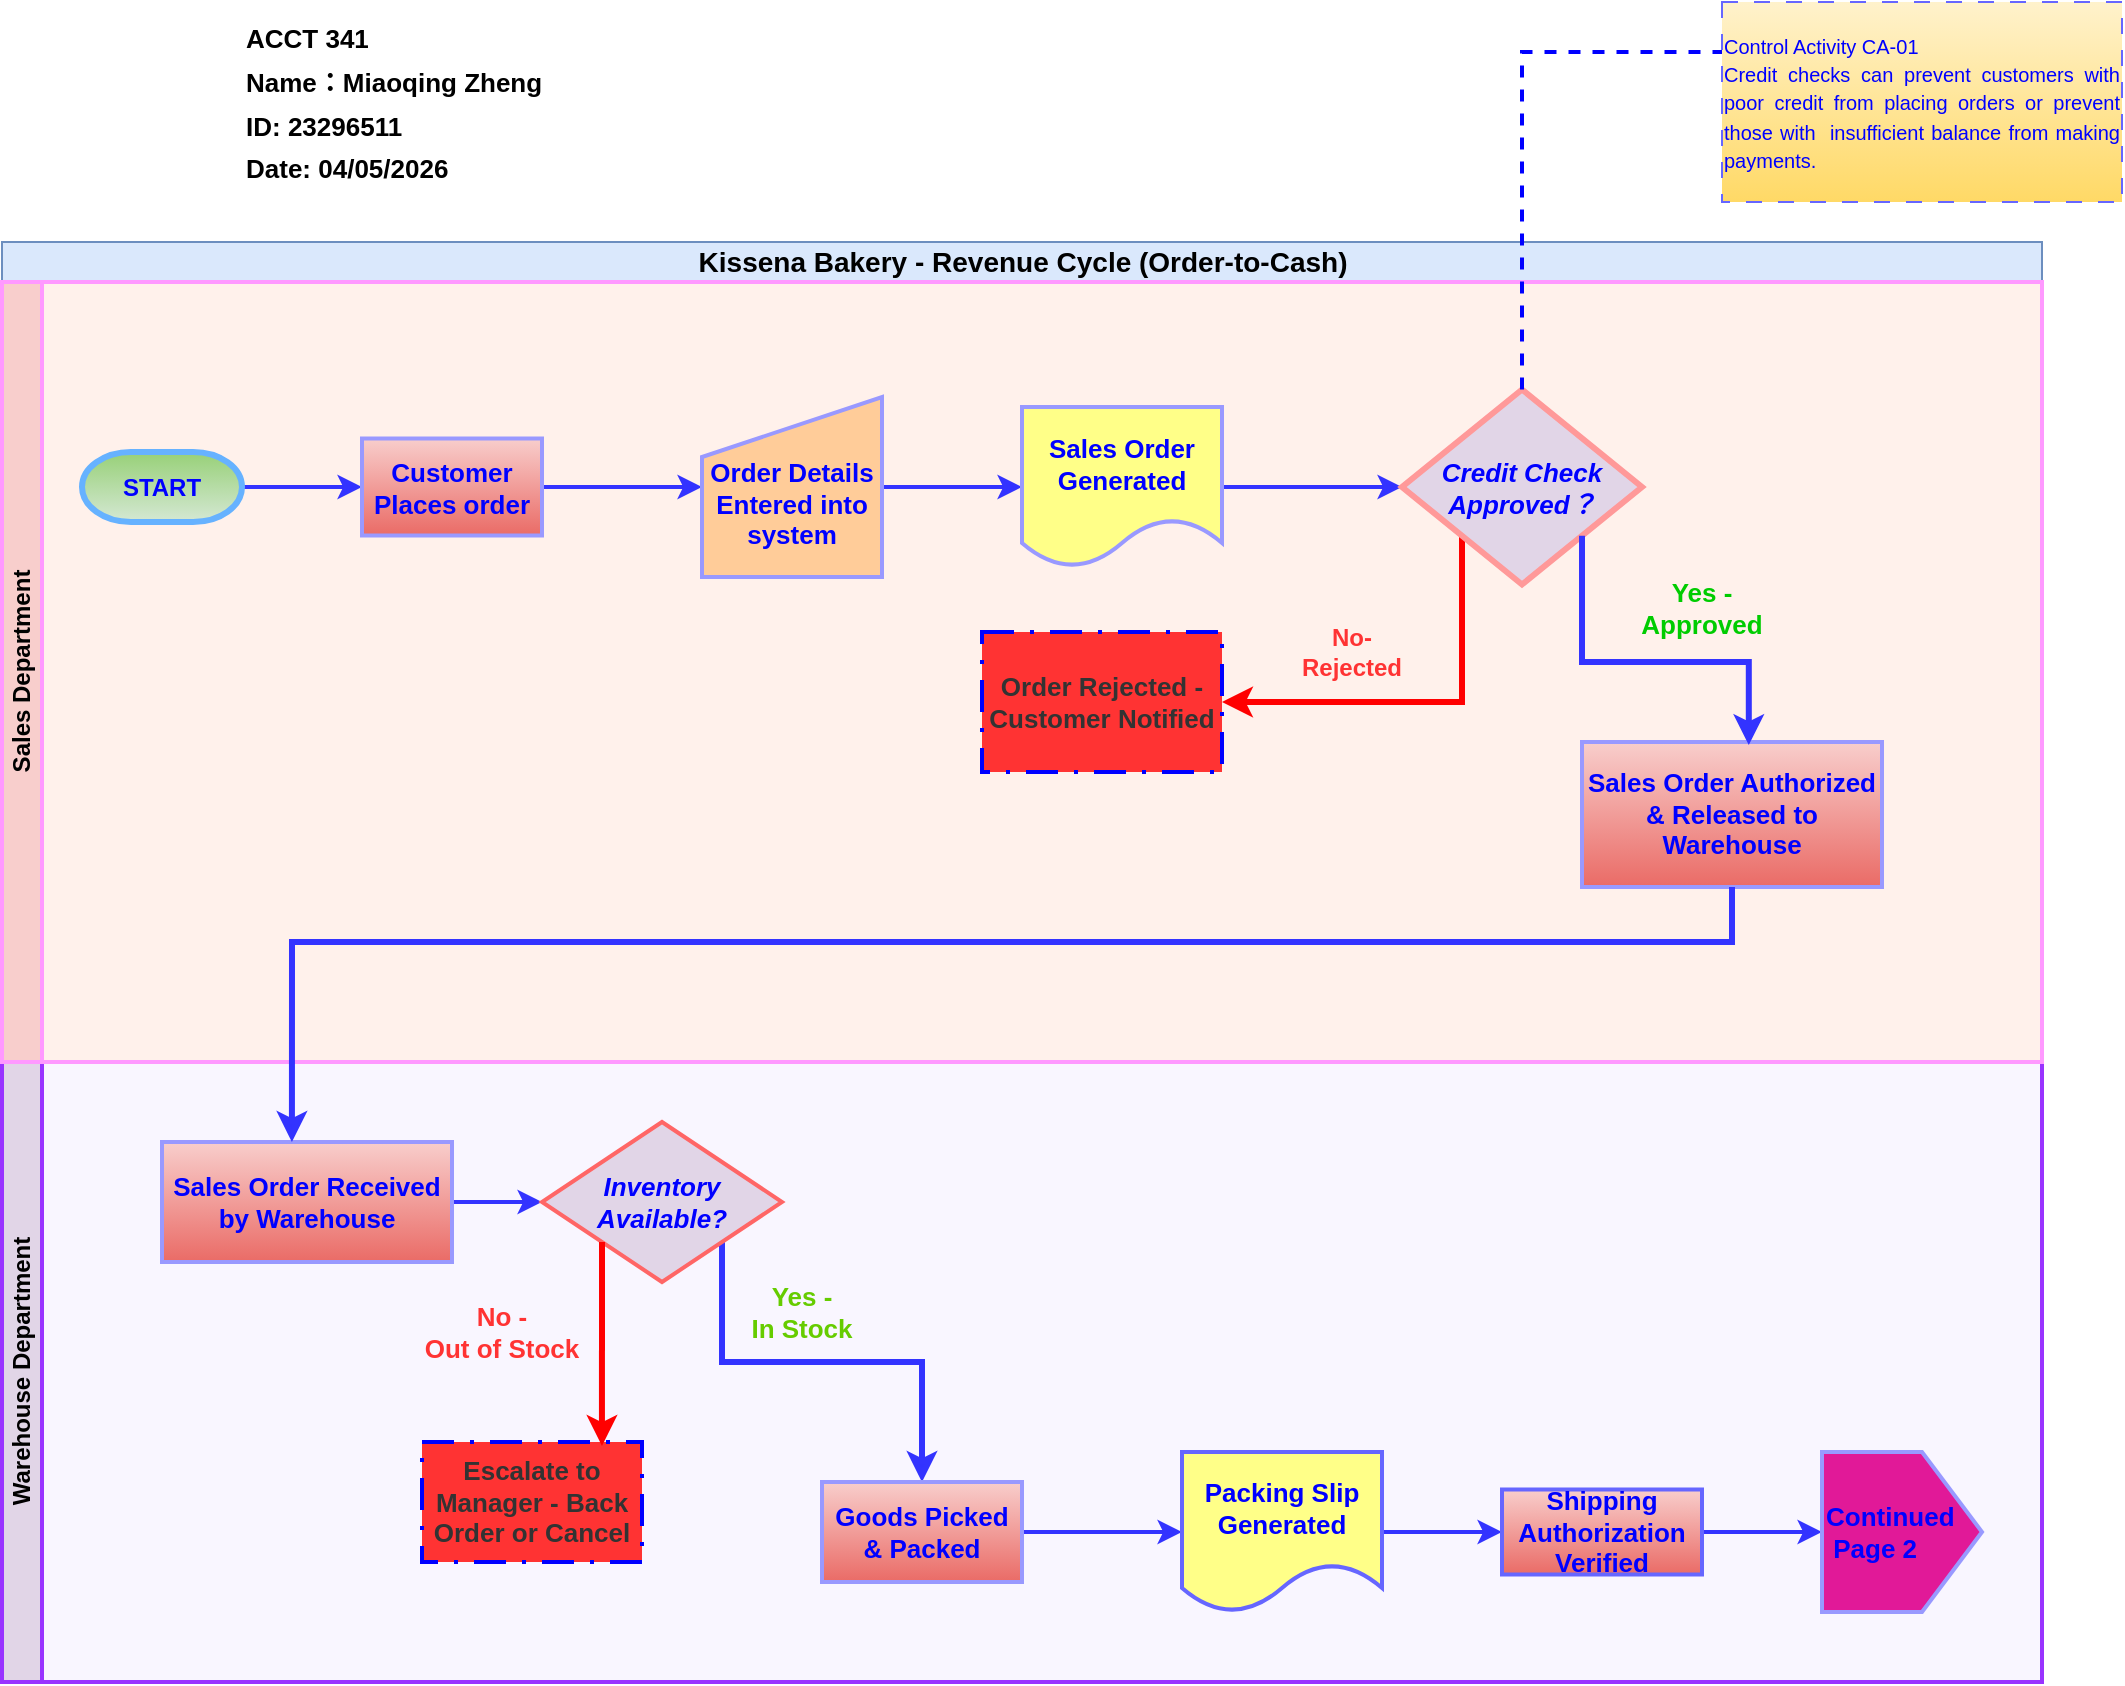
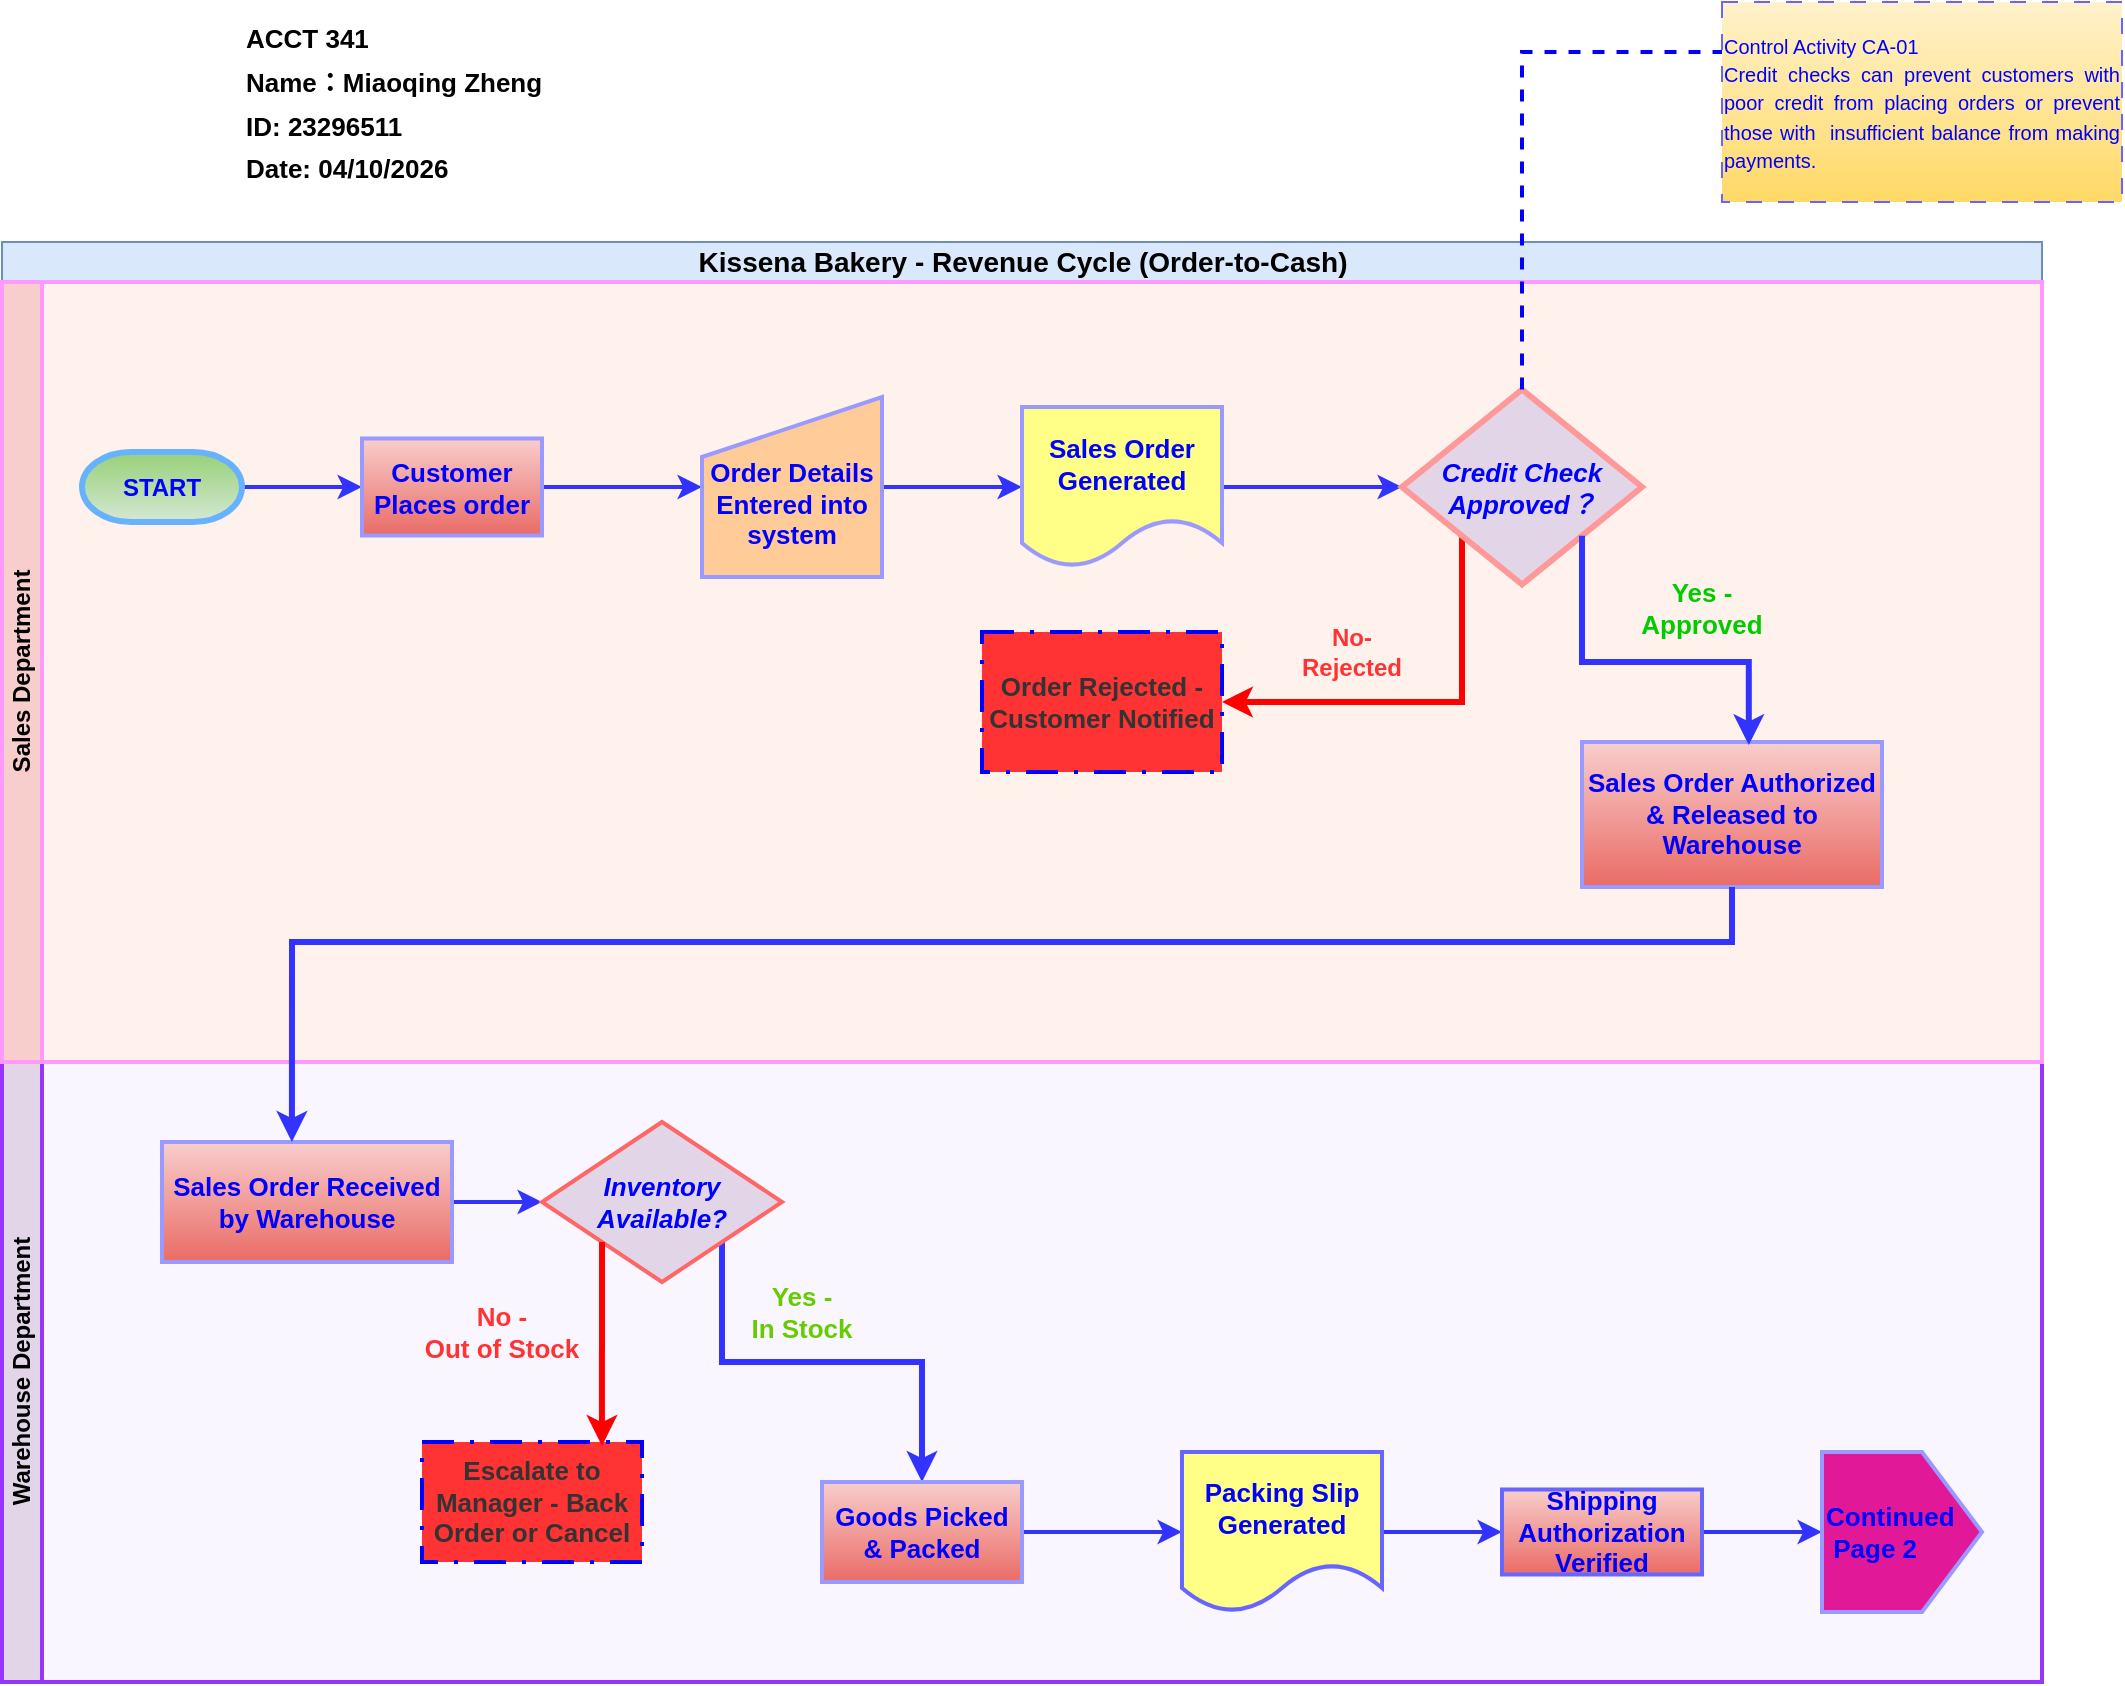
<mxfile host="app.diagrams.net" agent="Mozilla/5.0 (Windows NT 10.0; Win64; x64) AppleWebKit/537.36 (KHTML, like Gecko) Chrome/146.0.0.0 Safari/537.36" pages="2">
  <diagram name="Page 1" id="klMabU_GDppZGB9yFFRy">
    <mxGraphModel dx="1265" dy="860" grid="1" gridSize="10" guides="1" tooltips="1" connect="1" arrows="1" fold="1" page="1" pageScale="1" pageWidth="1100" pageHeight="850" math="0" shadow="0">
      <root>
        <mxCell id="0" />
        <mxCell id="1" parent="0" />
        <mxCell id="0vQu63eh7_hz7IOFjZfk-1" parent="1" style="swimlane;childLayout=stackLayout;resizeParent=1;resizeParentMax=0;horizontal=1;startSize=20;horizontalStack=0;html=1;fillColor=#dae8fc;strokeColor=#6c8ebf;" value="&lt;div style=&quot;text-align: start;&quot;&gt;&lt;font style=&quot;font-size: 14px;&quot;&gt;Kissena Bakery - Revenue Cycle (Order-to-Cash)&lt;/font&gt;&lt;/div&gt;" vertex="1">
          <mxGeometry height="20" width="1020" x="40" y="130" as="geometry" />
        </mxCell>
-         <mxCell id="0YdZOAwKbOOHbmaocjk8-1" parent="1" style="text;html=1;whiteSpace=wrap;strokeColor=none;fillColor=none;align=left;verticalAlign=middle;rounded=0;fontSize=18;fontStyle=1" value="&lt;div&gt;&lt;font style=&quot;font-size: 13px;&quot;&gt;ACCT 341&lt;/font&gt;&lt;/div&gt;&lt;font style=&quot;font-size: 13px;&quot;&gt;Name：Miaoqing Zheng&lt;/font&gt;&lt;div&gt;&lt;font style=&quot;font-size: 13px;&quot;&gt;ID: 23296511&lt;/font&gt;&lt;/div&gt;&lt;div&gt;&lt;font style=&quot;font-size: 13px;&quot;&gt;Date: 04/05/2026&lt;/font&gt;&lt;/div&gt;" vertex="1">
+         <mxCell id="0YdZOAwKbOOHbmaocjk8-1" parent="1" style="text;html=1;whiteSpace=wrap;strokeColor=none;fillColor=none;align=left;verticalAlign=middle;rounded=0;fontSize=18;fontStyle=1" value="&lt;div&gt;&lt;font style=&quot;font-size: 13px;&quot;&gt;ACCT 341&lt;/font&gt;&lt;/div&gt;&lt;font style=&quot;font-size: 13px;&quot;&gt;Name：Miaoqing Zheng&lt;/font&gt;&lt;div&gt;&lt;font style=&quot;font-size: 13px;&quot;&gt;ID: 23296511&lt;/font&gt;&lt;/div&gt;&lt;div&gt;&lt;font style=&quot;font-size: 13px;&quot;&gt;Date: 04/10/2026&lt;/font&gt;&lt;/div&gt;" vertex="1">
          <mxGeometry height="60" width="329" x="160" y="30" as="geometry" />
        </mxCell>
        <mxCell id="0vQu63eh7_hz7IOFjZfk-3" parent="1" style="swimlane;startSize=20;horizontal=0;html=1;fillColor=#e1d5e7;strokeColor=#9933FF;strokeWidth=2;swimlaneFillColor=#F9F6FF;" value="Warehouse Department" vertex="1">
          <mxGeometry height="310" width="1020" x="40" y="540" as="geometry" />
        </mxCell>
        <mxCell id="pGH0SQg9JUakCyH8bkGQ-32" edge="1" parent="0vQu63eh7_hz7IOFjZfk-3" source="0vQu63eh7_hz7IOFjZfk-73" style="edgeStyle=orthogonalEdgeStyle;rounded=0;orthogonalLoop=1;jettySize=auto;html=1;exitX=1;exitY=0.5;exitDx=0;exitDy=0;entryX=0;entryY=0.5;entryDx=0;entryDy=0;strokeColor=#3333FF;strokeWidth=2;" target="0vQu63eh7_hz7IOFjZfk-92">
          <mxGeometry relative="1" as="geometry" />
        </mxCell>
        <mxCell id="0vQu63eh7_hz7IOFjZfk-73" parent="0vQu63eh7_hz7IOFjZfk-3" style="html=1;dashed=0;whiteSpace=wrap;fillColor=#f8cecc;gradientColor=#ea6b66;strokeColor=#9999FF;strokeWidth=2;" value="&lt;font style=&quot;font-size: 13px; color: rgb(0, 0, 255);&quot;&gt;&lt;b&gt;Sales Order Received by Warehouse&lt;/b&gt;&lt;/font&gt;" vertex="1">
          <mxGeometry height="60" width="145" x="80" y="40" as="geometry" />
        </mxCell>
        <mxCell id="JjxT6XXtwAddX6sOskqe-8" edge="1" parent="0vQu63eh7_hz7IOFjZfk-3" source="0vQu63eh7_hz7IOFjZfk-92" style="edgeStyle=orthogonalEdgeStyle;rounded=0;orthogonalLoop=1;jettySize=auto;html=1;exitX=1;exitY=1;exitDx=0;exitDy=0;entryX=0.5;entryY=0;entryDx=0;entryDy=0;strokeColor=#3333FF;strokeWidth=3;" target="0vQu63eh7_hz7IOFjZfk-106">
          <mxGeometry relative="1" as="geometry">
            <Array as="points">
              <mxPoint x="360" y="150" />
              <mxPoint x="460" y="150" />
            </Array>
          </mxGeometry>
        </mxCell>
        <mxCell id="0vQu63eh7_hz7IOFjZfk-92" parent="0vQu63eh7_hz7IOFjZfk-3" style="rhombus;whiteSpace=wrap;html=1;fillColor=#e1d5e7;strokeColor=light-dark(#FF6666,#FF3333);strokeWidth=2;" value="&lt;font style=&quot;font-size: 13px; color: rgb(0, 0, 255);&quot;&gt;&lt;b&gt;&lt;i&gt;Inventory Available?&lt;/i&gt;&lt;/b&gt;&lt;/font&gt;" vertex="1">
          <mxGeometry height="80" width="120" x="270" y="30" as="geometry" />
        </mxCell>
        <mxCell id="0vQu63eh7_hz7IOFjZfk-96" parent="0vQu63eh7_hz7IOFjZfk-3" style="html=1;dashed=1;whiteSpace=wrap;fillColor=#FF3333;strokeColor=#0000FF;fontColor=#ffffff;dashPattern=8 4 1 4;strokeWidth=2;" value="&lt;b&gt;&lt;font style=&quot;font-size: 13px; color: rgb(51, 51, 51);&quot;&gt;Escalate to Manager - Back Order or Cancel&lt;/font&gt;&lt;/b&gt;" vertex="1">
          <mxGeometry height="60" width="110" x="210" y="190" as="geometry" />
        </mxCell>
        <mxCell id="46-Umk2mzS9Czotzx1H9-6" edge="1" parent="0vQu63eh7_hz7IOFjZfk-3" source="0vQu63eh7_hz7IOFjZfk-106" style="edgeStyle=orthogonalEdgeStyle;rounded=0;orthogonalLoop=1;jettySize=auto;html=1;exitX=1;exitY=0.5;exitDx=0;exitDy=0;entryX=0;entryY=0.5;entryDx=0;entryDy=0;strokeColor=#3333FF;strokeWidth=2;" target="0vQu63eh7_hz7IOFjZfk-110">
          <mxGeometry relative="1" as="geometry" />
        </mxCell>
        <mxCell id="0vQu63eh7_hz7IOFjZfk-106" parent="0vQu63eh7_hz7IOFjZfk-3" style="html=1;dashed=0;whiteSpace=wrap;strokeWidth=2;fillColor=#f8cecc;gradientColor=#ea6b66;strokeColor=#9999FF;" value="&lt;font style=&quot;font-size: 13px; color: rgb(0, 0, 255);&quot;&gt;&lt;b&gt;Goods Picked &amp;amp; Packed&lt;/b&gt;&lt;/font&gt;" vertex="1">
          <mxGeometry height="50" width="100" x="410" y="210" as="geometry" />
        </mxCell>
        <mxCell id="46-Umk2mzS9Czotzx1H9-8" edge="1" parent="0vQu63eh7_hz7IOFjZfk-3" source="0vQu63eh7_hz7IOFjZfk-110" style="edgeStyle=orthogonalEdgeStyle;rounded=0;orthogonalLoop=1;jettySize=auto;html=1;exitX=1;exitY=0.5;exitDx=0;exitDy=0;entryX=0;entryY=0.5;entryDx=0;entryDy=0;strokeColor=#3333FF;strokeWidth=2;" target="0vQu63eh7_hz7IOFjZfk-112">
          <mxGeometry relative="1" as="geometry" />
        </mxCell>
        <mxCell id="0vQu63eh7_hz7IOFjZfk-110" parent="0vQu63eh7_hz7IOFjZfk-3" style="shape=document;whiteSpace=wrap;html=1;boundedLbl=1;strokeWidth=2;fillColor=#ffff88;strokeColor=#6666FF;" value="&lt;font style=&quot;font-size: 13px; color: rgb(0, 0, 255);&quot;&gt;&lt;b&gt;Packing Slip Generated&lt;/b&gt;&lt;/font&gt;" vertex="1">
          <mxGeometry height="80" width="100" x="590" y="195" as="geometry" />
        </mxCell>
        <mxCell id="G1smnQENkRiUrPdJOTDi-2" edge="1" parent="0vQu63eh7_hz7IOFjZfk-3" source="0vQu63eh7_hz7IOFjZfk-112" style="edgeStyle=orthogonalEdgeStyle;rounded=0;orthogonalLoop=1;jettySize=auto;html=1;exitX=1;exitY=0.5;exitDx=0;exitDy=0;entryX=0.5;entryY=0;entryDx=0;entryDy=0;strokeColor=#3333FF;strokeWidth=2;" target="G1smnQENkRiUrPdJOTDi-1">
          <mxGeometry relative="1" as="geometry" />
        </mxCell>
        <mxCell id="0vQu63eh7_hz7IOFjZfk-112" parent="0vQu63eh7_hz7IOFjZfk-3" style="html=1;dashed=0;whiteSpace=wrap;strokeColor=#6666FF;fillColor=#f8cecc;gradientColor=#ea6b66;fontStyle=1;strokeWidth=2;" value="&lt;font style=&quot;font-size: 13px; color: rgb(0, 0, 255);&quot;&gt;Shipping Authorization Verified&lt;/font&gt;" vertex="1">
          <mxGeometry height="42.5" width="100" x="750" y="213.75" as="geometry" />
        </mxCell>
        <mxCell id="0vQu63eh7_hz7IOFjZfk-98" parent="0vQu63eh7_hz7IOFjZfk-3" style="text;html=1;whiteSpace=wrap;strokeColor=none;fillColor=none;align=center;verticalAlign=middle;rounded=0;fontColor=#FF3333;" value="&lt;font style=&quot;font-size: 13px;&quot;&gt;&lt;b&gt;No - &lt;br&gt;Out of Stock&lt;/b&gt;&lt;/font&gt;" vertex="1">
          <mxGeometry height="30" width="80" x="210" y="120" as="geometry" />
        </mxCell>
        <mxCell id="G1smnQENkRiUrPdJOTDi-1" parent="0vQu63eh7_hz7IOFjZfk-3" style="shape=offPageConnector;whiteSpace=wrap;html=1;direction=north;strokeColor=#9999FF;fillColor=#E11998;align=left;strokeWidth=2;" value="&lt;b style=&quot;color: rgb(0, 0, 255); font-size: 13px; text-wrap-mode: nowrap;&quot;&gt;Continued&lt;br&gt;&amp;nbsp;Page 2&lt;/b&gt;" vertex="1">
          <mxGeometry height="80" width="80" x="910" y="195" as="geometry" />
        </mxCell>
        <mxCell id="46-Umk2mzS9Czotzx1H9-12" parent="0vQu63eh7_hz7IOFjZfk-3" style="text;html=1;whiteSpace=wrap;strokeColor=none;fillColor=none;align=center;verticalAlign=middle;rounded=0;" value="&lt;b style=&quot;color: rgb(102, 204, 0);&quot;&gt;&lt;font style=&quot;font-size: 13px;&quot;&gt;Yes -&lt;br&gt;In Stock&lt;/font&gt;&lt;/b&gt;" vertex="1">
          <mxGeometry height="30" width="80" x="360" y="110" as="geometry" />
        </mxCell>
        <mxCell id="JjxT6XXtwAddX6sOskqe-13" edge="1" parent="0vQu63eh7_hz7IOFjZfk-3" source="0vQu63eh7_hz7IOFjZfk-92" style="edgeStyle=orthogonalEdgeStyle;rounded=0;orthogonalLoop=1;jettySize=auto;html=1;exitX=0;exitY=1;exitDx=0;exitDy=0;entryX=0.818;entryY=0.033;entryDx=0;entryDy=0;entryPerimeter=0;strokeColor=#FF0000;strokeWidth=3;" target="0vQu63eh7_hz7IOFjZfk-96">
          <mxGeometry relative="1" as="geometry" />
        </mxCell>
        <mxCell id="0vQu63eh7_hz7IOFjZfk-2" parent="1" style="swimlane;startSize=20;horizontal=0;html=1;fillColor=#f8cecc;strokeColor=#FF99FF;strokeWidth=2;fillStyle=solid;swimlaneFillColor=#FFF1EB;" value="Sales Department" vertex="1">
          <mxGeometry height="390" width="1020" x="40" y="150" as="geometry">
            <mxRectangle height="30" width="610" y="20" as="alternateBounds" />
          </mxGeometry>
        </mxCell>
        <mxCell id="0vQu63eh7_hz7IOFjZfk-43" edge="1" parent="0vQu63eh7_hz7IOFjZfk-2" source="0vQu63eh7_hz7IOFjZfk-10" style="edgeStyle=orthogonalEdgeStyle;rounded=0;orthogonalLoop=1;jettySize=auto;html=1;exitX=0;exitY=0.5;exitDx=0;exitDy=0;exitPerimeter=0;entryX=0;entryY=0.5;entryDx=0;entryDy=0;strokeColor=#3333FF;strokeWidth=2;" target="0vQu63eh7_hz7IOFjZfk-15">
          <mxGeometry relative="1" as="geometry" />
        </mxCell>
        <mxCell id="0vQu63eh7_hz7IOFjZfk-10" parent="0vQu63eh7_hz7IOFjZfk-2" style="strokeWidth=3;html=1;shape=mxgraph.flowchart.terminator;whiteSpace=wrap;direction=west;fillColor=#d5e8d4;gradientColor=#97d077;strokeColor=#66B2FF;" value="&lt;b&gt;&lt;font style=&quot;color: rgb(0, 0, 255);&quot;&gt;START&lt;/font&gt;&lt;/b&gt;" vertex="1">
          <mxGeometry height="35" width="80" x="40" y="85" as="geometry" />
        </mxCell>
        <mxCell id="46-Umk2mzS9Czotzx1H9-2" edge="1" parent="0vQu63eh7_hz7IOFjZfk-2" source="0vQu63eh7_hz7IOFjZfk-15" style="edgeStyle=orthogonalEdgeStyle;rounded=0;orthogonalLoop=1;jettySize=auto;html=1;exitX=1;exitY=0.5;exitDx=0;exitDy=0;entryX=0;entryY=0.5;entryDx=0;entryDy=0;strokeColor=#3333FF;strokeWidth=2;" target="0vQu63eh7_hz7IOFjZfk-20">
          <mxGeometry relative="1" as="geometry" />
        </mxCell>
        <mxCell id="0vQu63eh7_hz7IOFjZfk-15" parent="0vQu63eh7_hz7IOFjZfk-2" style="html=1;dashed=0;whiteSpace=wrap;strokeWidth=2;fillColor=#f8cecc;strokeColor=#9999FF;gradientColor=#ea6b66;" value="&lt;font style=&quot;font-size: 13px; color: rgb(0, 0, 255);&quot;&gt;&lt;b style=&quot;&quot;&gt;Customer Places order&lt;/b&gt;&lt;/font&gt;" vertex="1">
          <mxGeometry height="48.5" width="90" x="180" y="78.25" as="geometry" />
        </mxCell>
        <mxCell id="46-Umk2mzS9Czotzx1H9-3" edge="1" parent="0vQu63eh7_hz7IOFjZfk-2" source="0vQu63eh7_hz7IOFjZfk-20" style="edgeStyle=orthogonalEdgeStyle;rounded=0;orthogonalLoop=1;jettySize=auto;html=1;exitX=1;exitY=0.5;exitDx=0;exitDy=0;entryX=0;entryY=0.5;entryDx=0;entryDy=0;strokeColor=#3333FF;strokeWidth=2;" target="0vQu63eh7_hz7IOFjZfk-30">
          <mxGeometry relative="1" as="geometry" />
        </mxCell>
        <mxCell id="0vQu63eh7_hz7IOFjZfk-20" parent="0vQu63eh7_hz7IOFjZfk-2" style="shape=manualInput;whiteSpace=wrap;html=1;align=center;fillColor=#ffcc99;strokeColor=#9999FF;strokeWidth=2;" value="&lt;div style=&quot;&quot;&gt;&lt;span style=&quot;background-color: transparent;&quot;&gt;&lt;b style=&quot;&quot;&gt;&lt;font style=&quot;font-size: 13px; color: rgb(0, 0, 255);&quot;&gt;&lt;br&gt;&lt;/font&gt;&lt;/b&gt;&lt;/span&gt;&lt;/div&gt;&lt;div style=&quot;&quot;&gt;&lt;span style=&quot;background-color: transparent;&quot;&gt;&lt;b style=&quot;&quot;&gt;&lt;font style=&quot;font-size: 13px; color: rgb(0, 0, 255);&quot;&gt;Order Details Entered into system&lt;/font&gt;&lt;/b&gt;&lt;/span&gt;&lt;/div&gt;" vertex="1">
          <mxGeometry height="90" width="90" x="350" y="57.5" as="geometry" />
        </mxCell>
        <mxCell id="0vQu63eh7_hz7IOFjZfk-35" edge="1" parent="0vQu63eh7_hz7IOFjZfk-2" style="edgeStyle=orthogonalEdgeStyle;rounded=0;orthogonalLoop=1;jettySize=auto;html=1;exitX=0;exitY=0.5;exitDx=0;exitDy=0;">
          <mxGeometry relative="1" as="geometry">
            <mxPoint x="410" y="105" as="sourcePoint" />
            <mxPoint x="410" y="105" as="targetPoint" />
          </mxGeometry>
        </mxCell>
        <mxCell id="46-Umk2mzS9Czotzx1H9-4" edge="1" parent="0vQu63eh7_hz7IOFjZfk-2" source="0vQu63eh7_hz7IOFjZfk-30" style="edgeStyle=orthogonalEdgeStyle;rounded=0;orthogonalLoop=1;jettySize=auto;html=1;exitX=1;exitY=0.5;exitDx=0;exitDy=0;entryX=0;entryY=0.5;entryDx=0;entryDy=0;strokeColor=#3333FF;strokeWidth=2;" target="0vQu63eh7_hz7IOFjZfk-34">
          <mxGeometry relative="1" as="geometry" />
        </mxCell>
        <mxCell id="0vQu63eh7_hz7IOFjZfk-30" parent="0vQu63eh7_hz7IOFjZfk-2" style="shape=document;whiteSpace=wrap;html=1;boundedLbl=1;strokeWidth=2;fillColor=#ffff88;strokeColor=#9999FF;" value="&lt;font style=&quot;font-size: 13px; color: rgb(0, 0, 255);&quot;&gt;&lt;b&gt;Sales Order Generated&lt;/b&gt;&lt;/font&gt;" vertex="1">
          <mxGeometry height="80" width="100" x="510" y="62.5" as="geometry" />
        </mxCell>
        <mxCell id="JjxT6XXtwAddX6sOskqe-11" edge="1" parent="0vQu63eh7_hz7IOFjZfk-2" source="0vQu63eh7_hz7IOFjZfk-34" style="edgeStyle=orthogonalEdgeStyle;rounded=0;orthogonalLoop=1;jettySize=auto;html=1;exitX=0;exitY=1;exitDx=0;exitDy=0;entryX=1;entryY=0.5;entryDx=0;entryDy=0;strokeColor=#FF0000;strokeWidth=3;" target="0vQu63eh7_hz7IOFjZfk-65">
          <mxGeometry relative="1" as="geometry">
            <Array as="points">
              <mxPoint x="730" y="210" />
            </Array>
          </mxGeometry>
        </mxCell>
        <mxCell id="0vQu63eh7_hz7IOFjZfk-34" parent="0vQu63eh7_hz7IOFjZfk-2" style="rhombus;whiteSpace=wrap;html=1;fillColor=#e1d5e7;strokeColor=#FF9999;strokeWidth=3;" value="&lt;font style=&quot;font-size: 13px; color: rgb(0, 0, 255);&quot;&gt;&lt;b&gt;&lt;i&gt;Credit Check Approved？&lt;/i&gt;&lt;/b&gt;&lt;/font&gt;" vertex="1">
          <mxGeometry height="97.5" width="120" x="700" y="53.75" as="geometry" />
        </mxCell>
        <mxCell id="0vQu63eh7_hz7IOFjZfk-60" parent="0vQu63eh7_hz7IOFjZfk-2" style="text;html=1;whiteSpace=wrap;strokeColor=none;fillColor=none;align=center;verticalAlign=middle;rounded=0;fontColor=#00CC00;" value="&lt;font style=&quot;font-size: 13px;&quot;&gt;&lt;b style=&quot;&quot;&gt;Yes - Approved&lt;/b&gt;&lt;/font&gt;" vertex="1">
          <mxGeometry height="30" width="80" x="810" y="147.5" as="geometry" />
        </mxCell>
        <mxCell id="0vQu63eh7_hz7IOFjZfk-65" parent="0vQu63eh7_hz7IOFjZfk-2" style="html=1;dashed=1;whiteSpace=wrap;strokeWidth=2;fillColor=light-dark(#FF3333,#FF3333);strokeColor=#0000FF;fontColor=#ffffff;fontStyle=1;dashPattern=8 4 1 4;" value="&lt;font style=&quot;font-size: 13px; color: rgb(51, 51, 51);&quot;&gt;Order Rejected - Customer Notified&lt;/font&gt;" vertex="1">
          <mxGeometry height="70" width="120" x="490" y="175" as="geometry" />
        </mxCell>
        <mxCell id="0vQu63eh7_hz7IOFjZfk-67" parent="0vQu63eh7_hz7IOFjZfk-2" style="html=1;dashed=0;whiteSpace=wrap;fillColor=#f8cecc;gradientColor=#ea6b66;strokeColor=#9999FF;strokeWidth=2;" value="&lt;font style=&quot;font-size: 13px; color: rgb(0, 0, 255);&quot;&gt;&lt;b&gt;Sales Order Authorized &amp;amp; Released to Warehouse&lt;/b&gt;&lt;/font&gt;" vertex="1">
          <mxGeometry height="72.5" width="150" x="790" y="230" as="geometry" />
        </mxCell>
        <mxCell id="DywWvH4VDf4e1SjyT3sU-3" parent="0vQu63eh7_hz7IOFjZfk-2" style="text;html=1;whiteSpace=wrap;strokeColor=none;fillColor=none;align=center;verticalAlign=middle;rounded=0;fontSize=12;fontStyle=1;fontColor=#FF3333;" value="&lt;span&gt;&lt;font style=&quot;&quot;&gt;No-Rejected&lt;/font&gt;&lt;/span&gt;" vertex="1">
          <mxGeometry height="30" width="70" x="640" y="170" as="geometry" />
        </mxCell>
        <mxCell id="JjxT6XXtwAddX6sOskqe-5" edge="1" parent="0vQu63eh7_hz7IOFjZfk-2" source="0vQu63eh7_hz7IOFjZfk-34" style="edgeStyle=orthogonalEdgeStyle;rounded=0;orthogonalLoop=1;jettySize=auto;html=1;exitX=1;exitY=1;exitDx=0;exitDy=0;entryX=0.556;entryY=0.021;entryDx=0;entryDy=0;entryPerimeter=0;strokeColor=#3333FF;strokeWidth=3;" target="0vQu63eh7_hz7IOFjZfk-67">
          <mxGeometry relative="1" as="geometry">
            <Array as="points">
              <mxPoint x="790" y="190" />
              <mxPoint x="873" y="190" />
            </Array>
          </mxGeometry>
        </mxCell>
        <mxCell id="0vQu63eh7_hz7IOFjZfk-86" edge="1" parent="1" source="0vQu63eh7_hz7IOFjZfk-67" style="edgeStyle=orthogonalEdgeStyle;rounded=0;orthogonalLoop=1;jettySize=auto;html=1;exitX=0.5;exitY=1;exitDx=0;exitDy=0;entryX=0.448;entryY=0;entryDx=0;entryDy=0;entryPerimeter=0;fontColor=#0000CC;strokeColor=#3333FF;strokeWidth=3;" target="0vQu63eh7_hz7IOFjZfk-73">
          <mxGeometry relative="1" as="geometry">
            <Array as="points">
              <mxPoint x="905" y="480" />
              <mxPoint x="185" y="480" />
            </Array>
          </mxGeometry>
        </mxCell>
        <mxCell id="pGH0SQg9JUakCyH8bkGQ-23" parent="1" style="html=1;dashed=1;whiteSpace=wrap;dashPattern=8 8;fillColor=#fff2cc;gradientColor=#ffd966;strokeColor=light-dark(#6666FF,#6D5100);strokeWidth=1;" value="&lt;div style=&quot;text-align: justify;&quot;&gt;&lt;span style=&quot;font-size: 10px; background-color: transparent;&quot;&gt;&lt;font style=&quot;color: rgb(0, 0, 255);&quot;&gt;Control Activity&amp;nbsp;CA-01&lt;/font&gt;&lt;/span&gt;&lt;/div&gt;&lt;font style=&quot;color: rgb(0, 0, 255);&quot;&gt;&lt;div style=&quot;text-align: justify;&quot;&gt;&lt;span style=&quot;font-size: 10px; background-color: transparent;&quot;&gt;Credit checks can prevent customers with poor credit from placing orders or prevent those with&amp;nbsp; insufficient balance from making payments.&lt;/span&gt;&lt;/div&gt;&lt;/font&gt;" vertex="1">
          <mxGeometry height="100" width="200" x="900" y="10" as="geometry" />
        </mxCell>
        <mxCell id="pGH0SQg9JUakCyH8bkGQ-28" edge="1" parent="1" source="0vQu63eh7_hz7IOFjZfk-34" style="edgeStyle=orthogonalEdgeStyle;rounded=0;orthogonalLoop=1;jettySize=auto;html=1;exitX=0.5;exitY=0;exitDx=0;exitDy=0;entryX=0;entryY=0.25;entryDx=0;entryDy=0;endArrow=none;endFill=0;dashed=1;strokeWidth=2;strokeColor=#0000FF;" target="pGH0SQg9JUakCyH8bkGQ-23">
          <mxGeometry relative="1" as="geometry">
            <Array as="points">
              <mxPoint x="800" y="35" />
            </Array>
          </mxGeometry>
        </mxCell>
      </root>
    </mxGraphModel>
  </diagram>
  <diagram id="ZDdy4ylPSpOC2Ge6VpiW" name="Page 2">
    <mxGraphModel dx="1075" dy="731" grid="1" gridSize="10" guides="1" tooltips="1" connect="1" arrows="1" fold="1" page="1" pageScale="1" pageWidth="1100" pageHeight="850" math="0" shadow="0">
      <root>
        <mxCell id="0" />
        <mxCell id="1" parent="0" />
        <mxCell id="_GW_QHAqRueJzuYdTQVs-1" parent="1" style="swimlane;startSize=20;horizontal=0;html=1;fillColor=#E1D5E7;strokeColor=#9933FF;strokeWidth=2;swimlaneFillColor=#F9F6FF;" value="Warehouse Department" vertex="1">
          <mxGeometry height="270" width="1020" x="40" y="155" as="geometry" />
        </mxCell>
        <mxCell id="JTW380UVqBL9k5zzlviH-1" parent="_GW_QHAqRueJzuYdTQVs-1" style="html=1;dashed=0;whiteSpace=wrap;fillColor=#f8cecc;gradientColor=#ea6b66;strokeColor=#9999FF;strokeWidth=2;" value="&lt;font style=&quot;font-size: 13px; color: rgb(0, 0, 255);&quot;&gt;&lt;b&gt;Goods Dispatched to Customer&lt;/b&gt;&lt;/font&gt;" vertex="1">
          <mxGeometry height="50" width="100" x="220" y="75" as="geometry" />
        </mxCell>
        <mxCell id="Y0x97Svv89Kf0asxUhHi-3" edge="1" parent="_GW_QHAqRueJzuYdTQVs-1" source="Y0x97Svv89Kf0asxUhHi-1" style="edgeStyle=orthogonalEdgeStyle;rounded=0;orthogonalLoop=1;jettySize=auto;html=1;exitX=0.5;exitY=1;exitDx=0;exitDy=0;entryX=0;entryY=0.5;entryDx=0;entryDy=0;strokeWidth=2;strokeColor=#0000FF;" target="JTW380UVqBL9k5zzlviH-1">
          <mxGeometry relative="1" as="geometry" />
        </mxCell>
        <mxCell id="Y0x97Svv89Kf0asxUhHi-1" parent="_GW_QHAqRueJzuYdTQVs-1" style="shape=offPageConnector;whiteSpace=wrap;html=1;direction=north;strokeColor=#9999FF;fillColor=#E11998;align=left;strokeWidth=2;" value="&lt;b style=&quot;color: rgb(0, 0, 255); font-size: 13px; text-wrap-mode: nowrap;&quot;&gt;Continued&lt;br&gt;&amp;nbsp;Page 2&lt;/b&gt;" vertex="1">
          <mxGeometry height="80" width="80" x="70" y="60" as="geometry" />
        </mxCell>
        <mxCell id="VSqCA1LAcqbEIX1a-AIG-1" parent="1" style="swimlane;startSize=20;horizontal=0;html=1;whiteSpace=wrap;fillColor=#ffcc99;strokeColor=#FF9933;strokeWidth=2;swimlaneFillColor=#FFFEDF;" value="&lt;span style=&quot;text-wrap-mode: nowrap;&quot;&gt;Billing /&lt;/span&gt;&lt;br style=&quot;text-wrap-mode: nowrap;&quot;&gt;&lt;span style=&quot;text-wrap-mode: nowrap;&quot;&gt;Accounts Receivable&lt;/span&gt;" vertex="1">
          <mxGeometry height="220" width="1020" x="40" y="425" as="geometry" />
        </mxCell>
        <mxCell id="P3YaCky24gQnAikYR2Y3-1" edge="1" parent="VSqCA1LAcqbEIX1a-AIG-1" source="2IOCe_ZcG10jMQKezpJ2-1" style="edgeStyle=orthogonalEdgeStyle;rounded=1;orthogonalLoop=1;jettySize=auto;html=1;exitX=0.5;exitY=1;exitDx=0;exitDy=0;entryX=0;entryY=0.5;entryDx=0;entryDy=0;strokeColor=#0000FF;strokeWidth=2;" target="2IOCe_ZcG10jMQKezpJ2-2">
          <mxGeometry relative="1" as="geometry" />
        </mxCell>
        <mxCell id="2IOCe_ZcG10jMQKezpJ2-1" parent="VSqCA1LAcqbEIX1a-AIG-1" style="html=1;dashed=0;whiteSpace=wrap;strokeWidth=2;fillColor=#f8cecc;gradientColor=#ea6b66;strokeColor=#9999FF;" value="&lt;b&gt;&lt;font style=&quot;font-size: 13px; color: rgb(0, 0, 255);&quot;&gt;Dispatch Confirmation Received&lt;/font&gt;&lt;/b&gt;" vertex="1">
          <mxGeometry height="50" width="100" x="50" y="50" as="geometry" />
        </mxCell>
        <mxCell id="2IOCe_ZcG10jMQKezpJ2-2" parent="VSqCA1LAcqbEIX1a-AIG-1" style="shape=document;whiteSpace=wrap;html=1;boundedLbl=1;fillColor=#ffff88;strokeColor=#9999FF;strokeWidth=2;" value="&lt;font style=&quot;font-size: 13px; color: rgb(0, 0, 255);&quot;&gt;&lt;b&gt;Invoice Generated &amp;amp; Sent to Customer&lt;/b&gt;&lt;/font&gt;" vertex="1">
          <mxGeometry height="80" width="120" x="180" y="110" as="geometry" />
        </mxCell>
        <mxCell id="KsxiR5SY5I83CpnIQ7mC-6" edge="1" parent="VSqCA1LAcqbEIX1a-AIG-1" source="dAGMuh-EUK1Y8pTE6-PC-2" style="edgeStyle=orthogonalEdgeStyle;rounded=0;orthogonalLoop=1;jettySize=auto;html=1;exitX=1;exitY=0.5;exitDx=0;exitDy=0;entryX=0;entryY=0.5;entryDx=0;entryDy=0;strokeColor=#0000FF;strokeWidth=2;" target="dAGMuh-EUK1Y8pTE6-PC-4">
          <mxGeometry relative="1" as="geometry" />
        </mxCell>
        <mxCell id="dAGMuh-EUK1Y8pTE6-PC-2" parent="VSqCA1LAcqbEIX1a-AIG-1" style="html=1;dashed=0;whiteSpace=wrap;strokeWidth=2;fillColor=#f8cecc;gradientColor=#ea6b66;strokeColor=#9999FF;" value="&lt;b&gt;&lt;font style=&quot;font-size: 13px; color: rgb(0, 0, 255);&quot;&gt;Payment Received from Customer&lt;/font&gt;&lt;/b&gt;" vertex="1">
          <mxGeometry height="50" width="110" x="370" y="127.5" as="geometry" />
        </mxCell>
        <mxCell id="KsxiR5SY5I83CpnIQ7mC-8" edge="1" parent="VSqCA1LAcqbEIX1a-AIG-1" source="dAGMuh-EUK1Y8pTE6-PC-4" style="edgeStyle=orthogonalEdgeStyle;rounded=0;orthogonalLoop=1;jettySize=auto;html=1;exitX=1;exitY=0.5;exitDx=0;exitDy=0;entryX=0;entryY=0.5;entryDx=0;entryDy=0;strokeColor=#0000FF;strokeWidth=2;" target="dAGMuh-EUK1Y8pTE6-PC-6">
          <mxGeometry relative="1" as="geometry" />
        </mxCell>
        <mxCell id="dAGMuh-EUK1Y8pTE6-PC-4" parent="VSqCA1LAcqbEIX1a-AIG-1" style="shape=document;whiteSpace=wrap;html=1;boundedLbl=1;fillColor=#ffff88;strokeColor=#9999FF;strokeWidth=2;" value="&lt;font style=&quot;font-size: 13px; color: rgb(0, 0, 255);&quot;&gt;&lt;b&gt;Remittance Advice Recorded&lt;/b&gt;&lt;/font&gt;" vertex="1">
          <mxGeometry height="75" width="110" x="590" y="115" as="geometry" />
        </mxCell>
        <mxCell id="dAGMuh-EUK1Y8pTE6-PC-6" parent="VSqCA1LAcqbEIX1a-AIG-1" style="html=1;dashed=0;whiteSpace=wrap;strokeWidth=2;fillColor=#f8cecc;gradientColor=#ea6b66;strokeColor=#9999FF;" value="&lt;b&gt;&lt;font style=&quot;font-size: 13px; color: rgb(0, 0, 255);&quot;&gt;Cash Posted to Accounts Receivable&lt;/font&gt;&lt;/b&gt;" vertex="1">
          <mxGeometry height="50" width="110" x="760" y="127.5" as="geometry" />
        </mxCell>
        <mxCell id="dAGMuh-EUK1Y8pTE6-PC-8" parent="VSqCA1LAcqbEIX1a-AIG-1" style="strokeWidth=3;html=1;shape=mxgraph.flowchart.terminator;whiteSpace=wrap;fillColor=#66FF66;gradientColor=#97d077;strokeColor=#66B2FF;" value="&lt;font style=&quot;font-size: 13px; color: rgb(0, 0, 255);&quot;&gt;&lt;b&gt;END&lt;/b&gt;&lt;/font&gt;" vertex="1">
          <mxGeometry height="45" width="90" x="920" y="127.5" as="geometry" />
        </mxCell>
        <mxCell id="uHHicwT-v_B4AunEQLIp-2" edge="1" parent="VSqCA1LAcqbEIX1a-AIG-1" source="dAGMuh-EUK1Y8pTE6-PC-6" style="edgeStyle=orthogonalEdgeStyle;rounded=0;orthogonalLoop=1;jettySize=auto;html=1;exitX=1;exitY=0.5;exitDx=0;exitDy=0;entryX=0.111;entryY=0.556;entryDx=0;entryDy=0;entryPerimeter=0;strokeWidth=2;strokeColor=#0000FF;" target="dAGMuh-EUK1Y8pTE6-PC-8">
          <mxGeometry relative="1" as="geometry" />
        </mxCell>
        <mxCell id="P3YaCky24gQnAikYR2Y3-3" edge="1" parent="VSqCA1LAcqbEIX1a-AIG-1" source="2IOCe_ZcG10jMQKezpJ2-2" style="edgeStyle=orthogonalEdgeStyle;rounded=1;orthogonalLoop=1;jettySize=auto;html=1;exitX=1;exitY=0.5;exitDx=0;exitDy=0;entryX=0.091;entryY=0.441;entryDx=0;entryDy=0;entryPerimeter=0;strokeColor=#0000FF;strokeWidth=2;" target="dAGMuh-EUK1Y8pTE6-PC-2">
          <mxGeometry relative="1" as="geometry" />
        </mxCell>
        <mxCell id="Oa-XKvtrxW7EkG24Ys6A-1" parent="VSqCA1LAcqbEIX1a-AIG-1" style="text;html=1;whiteSpace=wrap;strokeColor=none;fillColor=none;align=center;verticalAlign=middle;rounded=0;" value="&lt;font style=&quot;color: rgb(255, 128, 0);&quot;&gt;Customer&lt;br&gt;Remits Payment&lt;/font&gt;" vertex="1">
          <mxGeometry height="30" width="60" x="500" y="115" as="geometry" />
        </mxCell>
        <mxCell id="dAGMuh-EUK1Y8pTE6-PC-10" edge="1" parent="1" source="JTW380UVqBL9k5zzlviH-1" style="edgeStyle=orthogonalEdgeStyle;rounded=0;orthogonalLoop=1;jettySize=auto;html=1;exitX=0.5;exitY=1;exitDx=0;exitDy=0;entryX=0.5;entryY=0;entryDx=0;entryDy=0;strokeColor=#0000FF;strokeWidth=3;" target="2IOCe_ZcG10jMQKezpJ2-1">
          <mxGeometry relative="1" as="geometry" />
        </mxCell>
-         <mxCell id="Vm9v1WHijWWdkQHgRR_g-1" parent="1" style="text;html=1;whiteSpace=wrap;strokeColor=none;fillColor=none;align=center;verticalAlign=middle;rounded=0;" value="&lt;div style=&quot;font-weight: 700; text-align: left;&quot;&gt;&lt;font style=&quot;font-size: 13px;&quot;&gt;ACCT 341&lt;/font&gt;&lt;/div&gt;&lt;span style=&quot;font-weight: 700; text-align: left;&quot;&gt;&lt;font style=&quot;font-size: 13px;&quot;&gt;Name：Miaoqing Zheng&lt;/font&gt;&lt;/span&gt;&lt;div style=&quot;font-weight: 700; text-align: left;&quot;&gt;&lt;font style=&quot;font-size: 13px;&quot;&gt;ID: 23296511&lt;/font&gt;&lt;/div&gt;&lt;div style=&quot;font-weight: 700; text-align: left;&quot;&gt;&lt;font style=&quot;font-size: 13px;&quot;&gt;Date：04/05/2026&lt;/font&gt;&lt;/div&gt;" vertex="1">
+         <mxCell id="Vm9v1WHijWWdkQHgRR_g-1" parent="1" style="text;html=1;whiteSpace=wrap;strokeColor=none;fillColor=none;align=center;verticalAlign=middle;rounded=0;" value="&lt;div style=&quot;font-weight: 700; text-align: left;&quot;&gt;&lt;font style=&quot;font-size: 13px;&quot;&gt;ACCT 341&lt;/font&gt;&lt;/div&gt;&lt;span style=&quot;font-weight: 700; text-align: left;&quot;&gt;&lt;font style=&quot;font-size: 13px;&quot;&gt;Name：Miaoqing Zheng&lt;/font&gt;&lt;/span&gt;&lt;div style=&quot;font-weight: 700; text-align: left;&quot;&gt;&lt;font style=&quot;font-size: 13px;&quot;&gt;ID: 23296511&lt;/font&gt;&lt;/div&gt;&lt;div style=&quot;font-weight: 700; text-align: left;&quot;&gt;&lt;font style=&quot;font-size: 13px;&quot;&gt;Date：04/10/2026&lt;/font&gt;&lt;/div&gt;" vertex="1">
          <mxGeometry height="30" width="220" x="130" y="80" as="geometry" />
        </mxCell>
      </root>
    </mxGraphModel>
  </diagram>
</mxfile>
